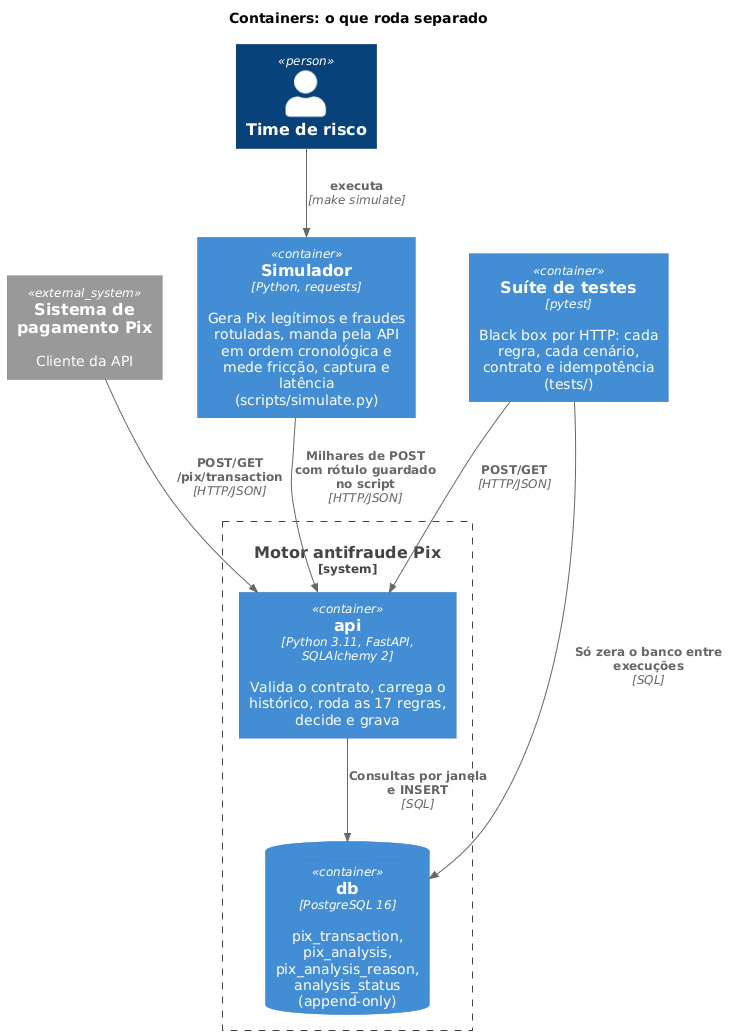
This is docs/02-arquitetura/diagramas/c4-containers.png from phprestes/Hackathon-Anti-Fraud-Pix, a PlantUML export, as it was before one commit. Its diagram source:
```plantuml
@startuml
!include https://raw.githubusercontent.com/plantuml-stdlib/C4-PlantUML/master/C4_Container.puml

title Containers: o que roda separado

System_Ext(pagamento, "Sistema de pagamento Pix", "Cliente da API")
Person(risco, "Time de risco")

System_Boundary(motor_boundary, "Motor antifraude Pix") {
    Container(api, "api", "Python 3.11, FastAPI, SQLAlchemy 2", "Valida o contrato, carrega o histórico, roda as 17 regras, decide e grava")
    ContainerDb(db, "db", "PostgreSQL 16", "pix_transaction, pix_analysis, pix_analysis_reason, analysis_status (append-only)")
}

Container(sim, "Simulador", "Python, requests", "Gera Pix legítimos e fraudes rotuladas, manda pela API em ordem cronológica e mede fricção, captura e latência\n(scripts/simulate.py)")
Container(tests, "Suíte de testes", "pytest", "Black box por HTTP: cada regra, cada cenário, contrato e idempotência\n(tests/)")

Rel(pagamento, api, "POST/GET /pix/transaction", "HTTP/JSON")
Rel(api, db, "Consultas por janela e INSERT", "SQL")
Rel(risco, sim, "executa", "make simulate")
Rel(sim, api, "Milhares de POST com rótulo guardado no script", "HTTP/JSON")
Rel(tests, api, "POST/GET", "HTTP/JSON")
Rel(tests, db, "Só zera o banco entre execuções", "SQL")
@enduml
```
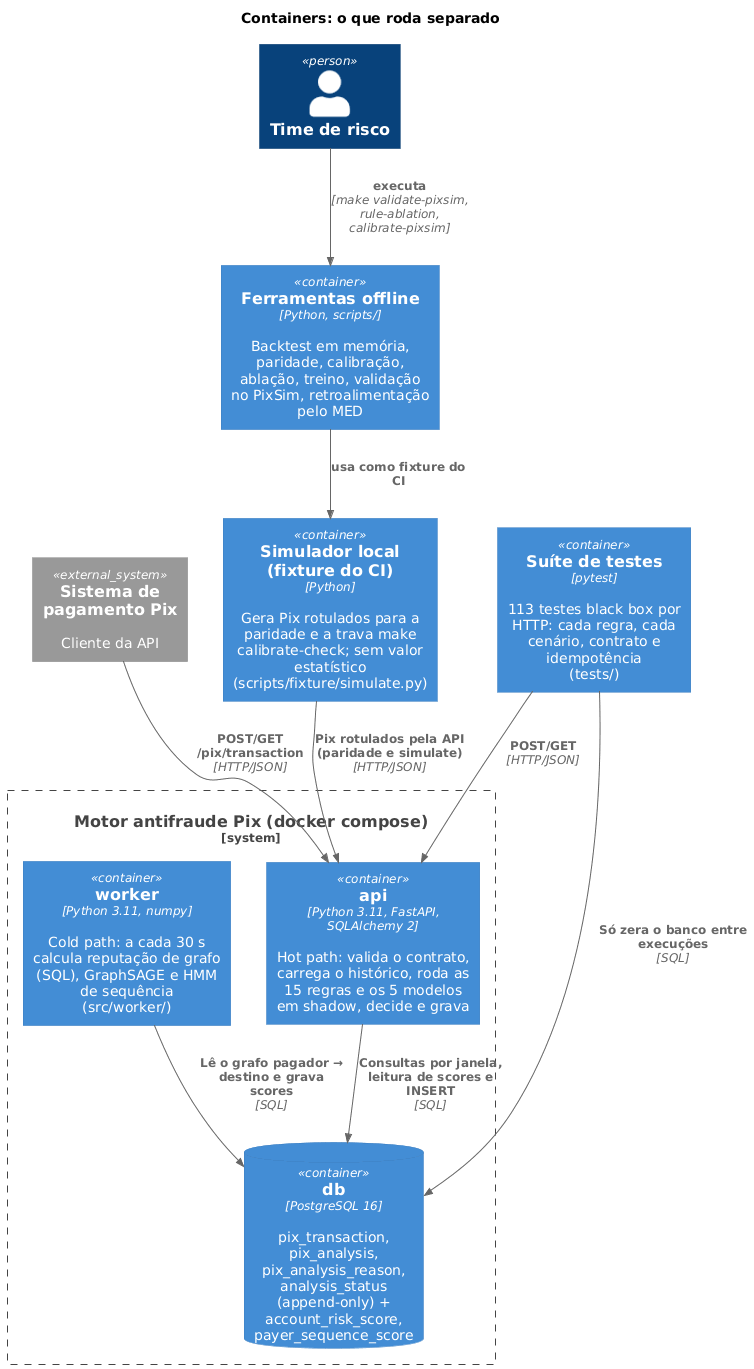
Later version of the same file.

Diff of the diagram source:
```diff
@@ -6,18 +6,22 @@
 System_Ext(pagamento, "Sistema de pagamento Pix", "Cliente da API")
 Person(risco, "Time de risco")
 
-System_Boundary(motor_boundary, "Motor antifraude Pix") {
-    Container(api, "api", "Python 3.11, FastAPI, SQLAlchemy 2", "Valida o contrato, carrega o histórico, roda as 17 regras, decide e grava")
-    ContainerDb(db, "db", "PostgreSQL 16", "pix_transaction, pix_analysis, pix_analysis_reason, analysis_status (append-only)")
+System_Boundary(motor_boundary, "Motor antifraude Pix (docker compose)") {
+    Container(api, "api", "Python 3.11, FastAPI, SQLAlchemy 2", "Hot path: valida o contrato, carrega o histórico, roda as 15 regras e os 5 modelos em shadow, decide e grava")
+    Container(worker, "worker", "Python 3.11, numpy", "Cold path: a cada 30 s calcula reputação de grafo (SQL), GraphSAGE e HMM de sequência\n(src/worker/)")
+    ContainerDb(db, "db", "PostgreSQL 16", "pix_transaction, pix_analysis, pix_analysis_reason, analysis_status (append-only) + account_risk_score, payer_sequence_score")
 }
 
-Container(sim, "Simulador", "Python, requests", "Gera Pix legítimos e fraudes rotuladas, manda pela API em ordem cronológica e mede fricção, captura e latência\n(scripts/simulate.py)")
-Container(tests, "Suíte de testes", "pytest", "Black box por HTTP: cada regra, cada cenário, contrato e idempotência\n(tests/)")
+Container(offline, "Ferramentas offline", "Python, scripts/", "Backtest em memória, paridade, calibração, ablação, treino, validação no PixSim, retroalimentação pelo MED")
+Container(sim, "Simulador local (fixture do CI)", "Python", "Gera Pix rotulados para a paridade e a trava make calibrate-check; sem valor estatístico\n(scripts/fixture/simulate.py)")
+Container(tests, "Suíte de testes", "pytest", "113 testes black box por HTTP: cada regra, cada cenário, contrato e idempotência\n(tests/)")
 
 Rel(pagamento, api, "POST/GET /pix/transaction", "HTTP/JSON")
-Rel(api, db, "Consultas por janela e INSERT", "SQL")
-Rel(risco, sim, "executa", "make simulate")
-Rel(sim, api, "Milhares de POST com rótulo guardado no script", "HTTP/JSON")
+Rel(api, db, "Consultas por janela, leitura de scores e INSERT", "SQL")
+Rel(worker, db, "Lê o grafo pagador → destino e grava scores", "SQL")
+Rel(risco, offline, "executa", "make validate-pixsim, rule-ablation, calibrate-pixsim")
+Rel(sim, api, "Pix rotulados pela API (paridade e simulate)", "HTTP/JSON")
+Rel(offline, sim, "usa como fixture do CI")
 Rel(tests, api, "POST/GET", "HTTP/JSON")
 Rel(tests, db, "Só zera o banco entre execuções", "SQL")
 @enduml
```
